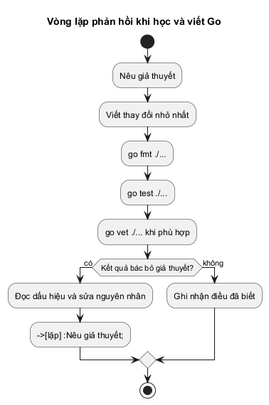
Above: assets/diagrams/feedback-loop.png in Minhlike/Golang (PlantUML), before the change. Source of this version:
```plantuml
@startuml
title Vòng lặp phản hồi khi học và viết Go
start
:Nêu giả thuyết;
:Viết thay đổi nhỏ nhất;
:go fmt ./...;
:go test ./...;
:go vet ./... khi phù hợp;
if (Kết quả bác bỏ giả thuyết?) then (có)
  :Đọc dấu hiệu và sửa nguyên nhân;
  -->[lặp] :Nêu giả thuyết;
else (không)
  :Ghi nhận điều đã biết;
endif
stop
@enduml
```
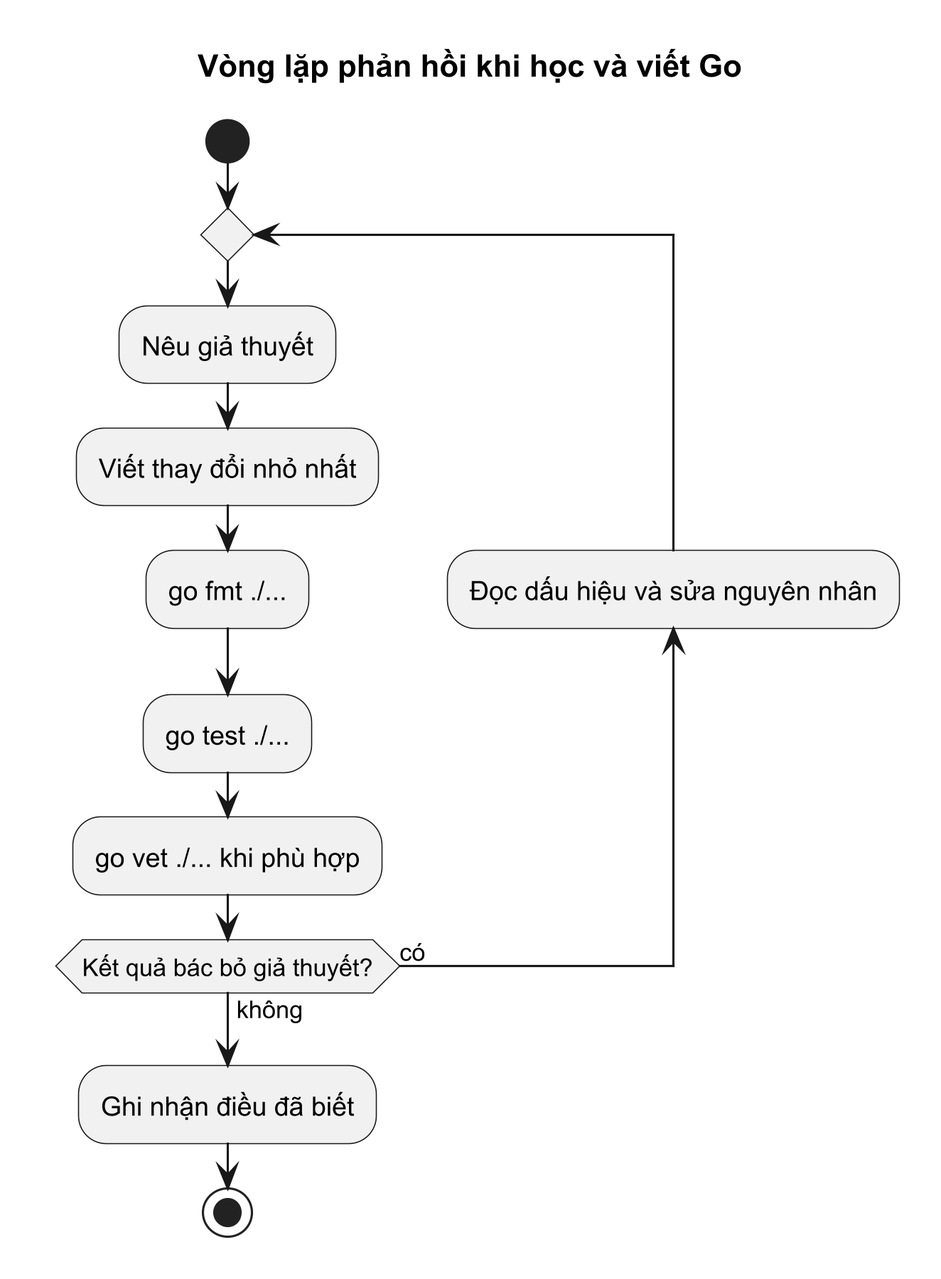
Later version of the same file.

What changed in the source:
```diff
@@ -1,16 +1,15 @@
 @startuml
+skinparamlocked dpi 300
 title Vòng lặp phản hồi khi học và viết Go
 start
+repeat
 :Nêu giả thuyết;
 :Viết thay đổi nhỏ nhất;
 :go fmt ./...;
 :go test ./...;
 :go vet ./... khi phù hợp;
-if (Kết quả bác bỏ giả thuyết?) then (có)
-  :Đọc dấu hiệu và sửa nguyên nhân;
-  -->[lặp] :Nêu giả thuyết;
-else (không)
-  :Ghi nhận điều đã biết;
-endif
+backward :Đọc dấu hiệu và sửa nguyên nhân;
+repeat while (Kết quả bác bỏ giả thuyết?) is (có) not (không)
+:Ghi nhận điều đã biết;
 stop
 @enduml
```
